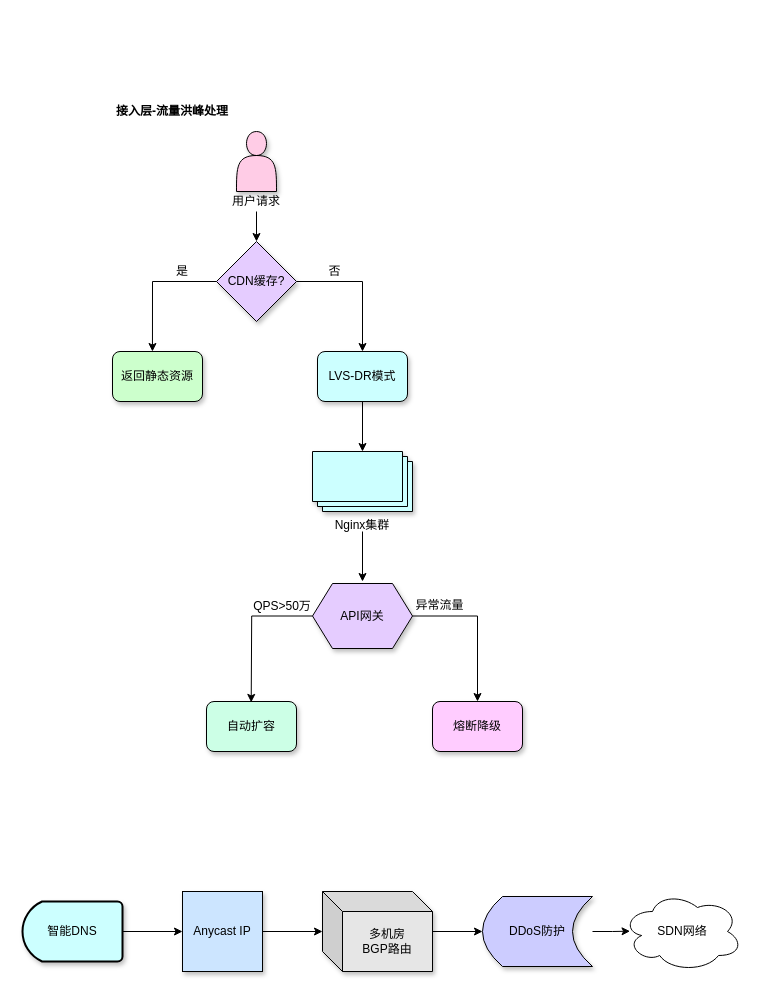
abigalexy/online_drawing keeps this draw.io diagram as achitecture_diagram/架构分层-接入层.drawio. Above is the earlier version. Source tidied: cells renumbered, new cells numbered last; positions are measured from the earlier drawing's top-left corner, leaving out a move shared by most shapes. Both pictures are drawn from the tidied source at 100%, with x=0, y=0 at pixel (22, 101).
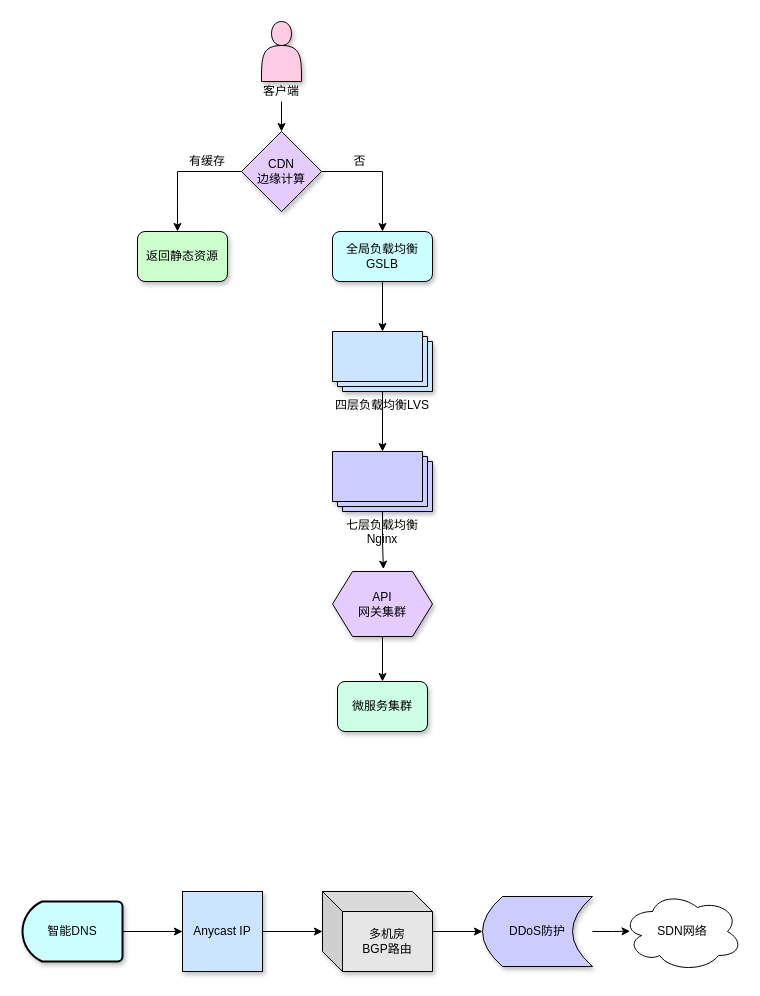
Above is the later version.

Commit message (it also covers changes not shown here):
更新架构分层-接入层.drawio

What changed in the source:
```diff
@@
-    <mxCell id="2" style="group;" parent="1" vertex="1">
-      <mxGeometry x="90" width="410" height="650" as="geometry" />
-    </mxCell>
-    <mxCell id="3" value="&lt;b&gt;接入层-流量洪峰处理&lt;/b&gt;" style="text;strokeColor=none;align=center;fillColor=none;html=1;verticalAlign=middle;whiteSpace=wrap;rounded=0;" parent="2" vertex="1">
-      <mxGeometry width="120" height="20" as="geometry" />
-    </mxCell>
-    <mxCell id="4" style="group;" parent="2" vertex="1">
-      <mxGeometry y="30" width="410" height="620" as="geometry" />
-    </mxCell>
-    <mxCell id="5" style="edgeStyle=orthogonalEdgeStyle;rounded=0;jettySize=auto;html=1;" parent="4" edge="1" source="22" target="7">
-      <mxGeometry relative="1" as="geometry" />
-    </mxCell>
-    <mxCell id="6" style="edgeStyle=orthogonalEdgeStyle;rounded=0;orthogonalLoop=1;jettySize=auto;html=1;" parent="4" edge="1">
-      <mxGeometry relative="1" as="geometry">
-        <mxPoint x="250" y="400" as="sourcePoint" />
-        <mxPoint x="250" y="450" as="targetPoint" />
-      </mxGeometry>
-    </mxCell>
-    <mxCell id="7" value="Nginx集群" style="verticalLabelPosition=bottom;verticalAlign=top;html=1;shape=mxgraph.basic.layered_rect;dx=10;outlineConnect=0;whiteSpace=wrap;shadow=1;fillColor=#CCFFFF;" parent="4" vertex="1">
-      <mxGeometry x="200" y="320" width="100" height="60" as="geometry" />
-    </mxCell>
-    <mxCell id="8" style="edgeStyle=orthogonalEdgeStyle;rounded=0;jettySize=auto;html=1;exitX=0;exitY=0.5;exitDx=0;exitDy=0;entryX=0.319;entryY=0.018;entryDx=0;entryDy=0;entryPerimeter=0;" parent="4" edge="1" source="9">
-      <mxGeometry relative="1" as="geometry">
-        <mxPoint x="138.7" y="570.9" as="targetPoint" />
-      </mxGeometry>
-    </mxCell>
-    <mxCell id="9" value="API网关" style="shape=hexagon;perimeter=hexagonPerimeter2;whiteSpace=wrap;html=1;fixedSize=1;fillColor=#E5CCFF;shadow=1;" parent="4" vertex="1">
-      <mxGeometry x="200" y="452" width="100" height="65" as="geometry" />
-    </mxCell>
-    <mxCell id="10" style="edgeStyle=orthogonalEdgeStyle;rounded=0;jettySize=auto;html=1;exitX=1;exitY=0.5;exitDx=0;exitDy=0;entryX=0.5;entryY=0;entryDx=0;entryDy=0;" parent="4" edge="1" source="9" target="14">
-      <mxGeometry relative="1" as="geometry" />
-    </mxCell>
-    <mxCell id="11" value="QPS&amp;gt;50万" style="text;strokeColor=none;align=center;fillColor=none;html=1;verticalAlign=middle;whiteSpace=wrap;rounded=0;" parent="4" vertex="1">
-      <mxGeometry x="140" y="465" width="60" height="20" as="geometry" />
-    </mxCell>
-    <mxCell id="12" value="异常流量" style="text;strokeColor=none;align=center;fillColor=none;html=1;verticalAlign=middle;whiteSpace=wrap;rounded=0;" parent="4" vertex="1">
-      <mxGeometry x="300" y="465" width="55" height="18" as="geometry" />
-    </mxCell>
-    <mxCell id="13" value="自动扩容" style="rounded=1;whiteSpace=wrap;html=1;fillColor=#CCFFE6;shadow=1;" parent="4" vertex="1">
-      <mxGeometry x="94" y="570" width="90" height="50" as="geometry" />
-    </mxCell>
-    <mxCell id="14" value="熔断降级" style="rounded=1;whiteSpace=wrap;html=1;fillColor=#FFCCFF;shadow=1;" parent="4" vertex="1">
-      <mxGeometry x="320" y="570" width="90" height="50" as="geometry" />
-    </mxCell>
-    <mxCell id="15" style="group;" parent="4" vertex="1">
-      <mxGeometry width="295" height="270" as="geometry" />
-    </mxCell>
-    <mxCell id="16" style="shape=actor;whiteSpace=wrap;html=1;fillColor=#FFCCE6;shadow=1;" parent="15" vertex="1">
-      <mxGeometry x="124" width="40" height="60" as="geometry" />
-    </mxCell>
-    <mxCell id="17" style="edgeStyle=orthogonalEdgeStyle;rounded=0;jettySize=auto;html=1;exitX=1;exitY=0.5;exitDx=0;exitDy=0;entryX=0.5;entryY=0;entryDx=0;entryDy=0;" parent="15" edge="1" source="18" target="22">
-      <mxGeometry relative="1" as="geometry" />
-    </mxCell>
-    <mxCell id="18" value="CDN缓存?" style="rhombus;whiteSpace=wrap;html=1;fillColor=#E5CCFF;shadow=1;" parent="15" vertex="1">
-      <mxGeometry x="104" y="110" width="80" height="80" as="geometry" />
-    </mxCell>
-    <mxCell id="19" style="edgeStyle=orthogonalEdgeStyle;rounded=0;jettySize=auto;html=1;entryX=0.5;entryY=0;entryDx=0;entryDy=0;" parent="15" edge="1" source="20" target="18">
-      <mxGeometry relative="1" as="geometry" />
-    </mxCell>
-    <mxCell id="20" value="用户请求" style="text;strokeColor=none;align=center;fillColor=none;html=1;verticalAlign=middle;whiteSpace=wrap;rounded=0;" parent="15" vertex="1">
-      <mxGeometry x="116" y="60" width="56" height="20" as="geometry" />
-    </mxCell>
-    <mxCell id="21" value="返回静态资源" style="rounded=1;whiteSpace=wrap;html=1;fillColor=#CCFFCC;shadow=1;" parent="15" vertex="1">
-      <mxGeometry y="220" width="90" height="50" as="geometry" />
-    </mxCell>
-    <mxCell id="22" value="LVS-DR模式" style="rounded=1;whiteSpace=wrap;html=1;fillColor=#CCFFFF;shadow=1;" parent="15" vertex="1">
-      <mxGeometry x="205" y="220" width="90" height="50" as="geometry" />
-    </mxCell>
-    <mxCell id="23" style="edgeStyle=orthogonalEdgeStyle;rounded=0;jettySize=auto;html=1;exitX=0;exitY=0.5;exitDx=0;exitDy=0;entryX=0.444;entryY=0;entryDx=0;entryDy=0;entryPerimeter=0;" parent="15" edge="1" source="18" target="21">
-      <mxGeometry relative="1" as="geometry" />
-    </mxCell>
-    <mxCell id="24" value="是" style="text;strokeColor=none;align=center;fillColor=none;html=1;verticalAlign=middle;whiteSpace=wrap;rounded=0;" parent="15" vertex="1">
-      <mxGeometry x="60" y="130" width="20" height="20" as="geometry" />
-    </mxCell>
-    <mxCell id="25" value="否" style="text;strokeColor=none;align=center;fillColor=none;html=1;verticalAlign=middle;whiteSpace=wrap;rounded=0;" parent="15" vertex="1">
-      <mxGeometry x="210" y="130" width="25" height="20" as="geometry" />
-    </mxCell>
@@
+    <mxCell id="7" value="七层负载均衡Nginx" style="verticalLabelPosition=bottom;verticalAlign=top;html=1;shape=mxgraph.basic.layered_rect;dx=10;outlineConnect=0;whiteSpace=wrap;shadow=1;fillColor=#CCCCFF;" parent="1" vertex="1">
+      <mxGeometry x="310" y="350" width="100" height="60" as="geometry" />
+    </mxCell>
+    <mxCell id="36" style="edgeStyle=orthogonalEdgeStyle;rounded=0;jettySize=auto;html=1;entryX=0.5;entryY=0;entryDx=0;entryDy=0;" parent="1" edge="1" source="9" target="13">
+      <mxGeometry relative="1" as="geometry" />
+    </mxCell>
+    <mxCell id="9" value="API&lt;br&gt;网关集群" style="shape=hexagon;perimeter=hexagonPerimeter2;whiteSpace=wrap;html=1;fixedSize=1;fillColor=#E5CCFF;shadow=1;" parent="1" vertex="1">
+      <mxGeometry x="310" y="470" width="100" height="65" as="geometry" />
+    </mxCell>
+    <mxCell id="13" value="微服务集群" style="rounded=1;whiteSpace=wrap;html=1;fillColor=#CCFFE6;shadow=1;" parent="1" vertex="1">
+      <mxGeometry x="315" y="580" width="90" height="50" as="geometry" />
+    </mxCell>
+    <mxCell id="16" style="shape=actor;whiteSpace=wrap;html=1;fillColor=#FFCCE6;shadow=1;" parent="1" vertex="1">
+      <mxGeometry x="239" y="-80" width="40" height="60" as="geometry" />
+    </mxCell>
+    <mxCell id="37" style="edgeStyle=orthogonalEdgeStyle;rounded=0;jettySize=auto;html=1;exitX=1;exitY=0.5;exitDx=0;exitDy=0;entryX=0.5;entryY=0;entryDx=0;entryDy=0;" parent="1" edge="1" source="18" target="39">
+      <mxGeometry relative="1" as="geometry" />
+    </mxCell>
+    <mxCell id="18" value="CDN&lt;br&gt;边缘计算" style="rhombus;whiteSpace=wrap;html=1;fillColor=#E5CCFF;shadow=1;" parent="1" vertex="1">
+      <mxGeometry x="219" y="30" width="80" height="80" as="geometry" />
+    </mxCell>
+    <mxCell id="19" style="edgeStyle=orthogonalEdgeStyle;rounded=0;jettySize=auto;html=1;entryX=0.5;entryY=0;entryDx=0;entryDy=0;" parent="1" edge="1" source="20" target="18">
+      <mxGeometry relative="1" as="geometry" />
+    </mxCell>
+    <mxCell id="20" value="客户端" style="text;strokeColor=none;align=center;fillColor=none;html=1;verticalAlign=middle;whiteSpace=wrap;rounded=0;" parent="1" vertex="1">
+      <mxGeometry x="237" y="-20" width="44" height="20" as="geometry" />
+    </mxCell>
+    <mxCell id="21" value="返回静态资源" style="rounded=1;whiteSpace=wrap;html=1;fillColor=#CCFFCC;shadow=1;" parent="1" vertex="1">
+      <mxGeometry x="115" y="130" width="90" height="50" as="geometry" />
+    </mxCell>
+    <mxCell id="23" style="edgeStyle=orthogonalEdgeStyle;rounded=0;jettySize=auto;html=1;exitX=0;exitY=0.5;exitDx=0;exitDy=0;entryX=0.444;entryY=0;entryDx=0;entryDy=0;entryPerimeter=0;" parent="1" edge="1" source="18" target="21">
+      <mxGeometry relative="1" as="geometry" />
+    </mxCell>
+    <mxCell id="24" value="有缓存" style="text;strokeColor=none;align=center;fillColor=none;html=1;verticalAlign=middle;whiteSpace=wrap;rounded=0;" parent="1" vertex="1">
+      <mxGeometry x="165" y="50" width="40" height="20" as="geometry" />
+    </mxCell>
+    <mxCell id="25" value="否" style="text;strokeColor=none;align=center;fillColor=none;html=1;verticalAlign=middle;whiteSpace=wrap;rounded=0;" parent="1" vertex="1">
+      <mxGeometry x="325" y="50" width="25" height="20" as="geometry" />
+    </mxCell>
+    <mxCell id="38" style="edgeStyle=orthogonalEdgeStyle;rounded=0;jettySize=auto;html=1;" parent="1" edge="1" source="39" target="41">
+      <mxGeometry relative="1" as="geometry" />
+    </mxCell>
+    <mxCell id="39" value="全局负载均衡&lt;div&gt;GSLB&lt;/div&gt;" style="rounded=1;whiteSpace=wrap;html=1;fillColor=#CCFFFF;shadow=1;" parent="1" vertex="1">
+      <mxGeometry x="310" y="130" width="100" height="50" as="geometry" />
+    </mxCell>
+    <mxCell id="40" style="edgeStyle=orthogonalEdgeStyle;rounded=0;jettySize=auto;html=1;" parent="1" edge="1" source="41" target="7">
+      <mxGeometry relative="1" as="geometry" />
+    </mxCell>
+    <mxCell id="41" value="四层负载均衡LVS" style="verticalLabelPosition=bottom;verticalAlign=top;html=1;shape=mxgraph.basic.layered_rect;dx=10;outlineConnect=0;whiteSpace=wrap;fillColor=#CCE5FF;shadow=1;" parent="1" vertex="1">
+      <mxGeometry x="310" y="230" width="100" height="60" as="geometry" />
+    </mxCell>
+    <mxCell id="42" style="edgeStyle=orthogonalEdgeStyle;rounded=0;jettySize=auto;html=1;entryX=0.509;entryY=-0.036;entryDx=0;entryDy=0;entryPerimeter=0;" parent="1" edge="1" source="7" target="9">
+      <mxGeometry relative="1" as="geometry" />
+    </mxCell>
```
